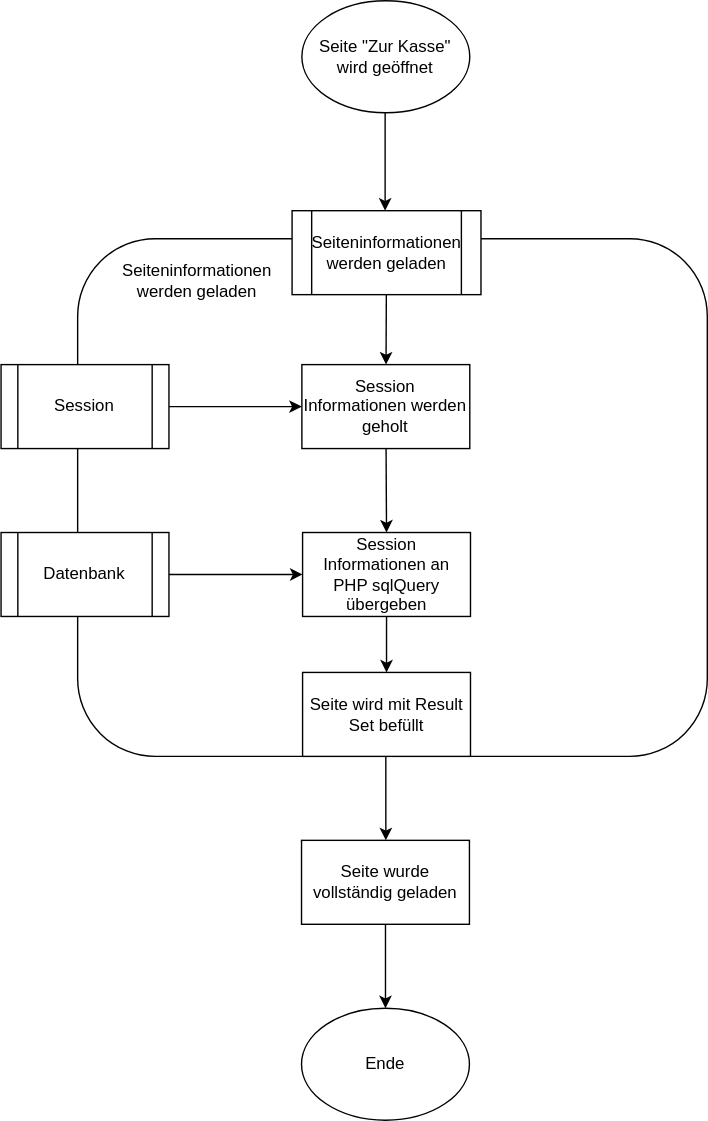
The draw.io diagram drawio/flussdiagramm_ZurKasse_Daten_beziehen.drawio.svg in Projektarbeiten/ProjectPlatypus, before a commit. Source tidied: cells renumbered, new cells last; positions are measured from the earlier drawing's top-left corner, leaving out a move shared by most shapes.
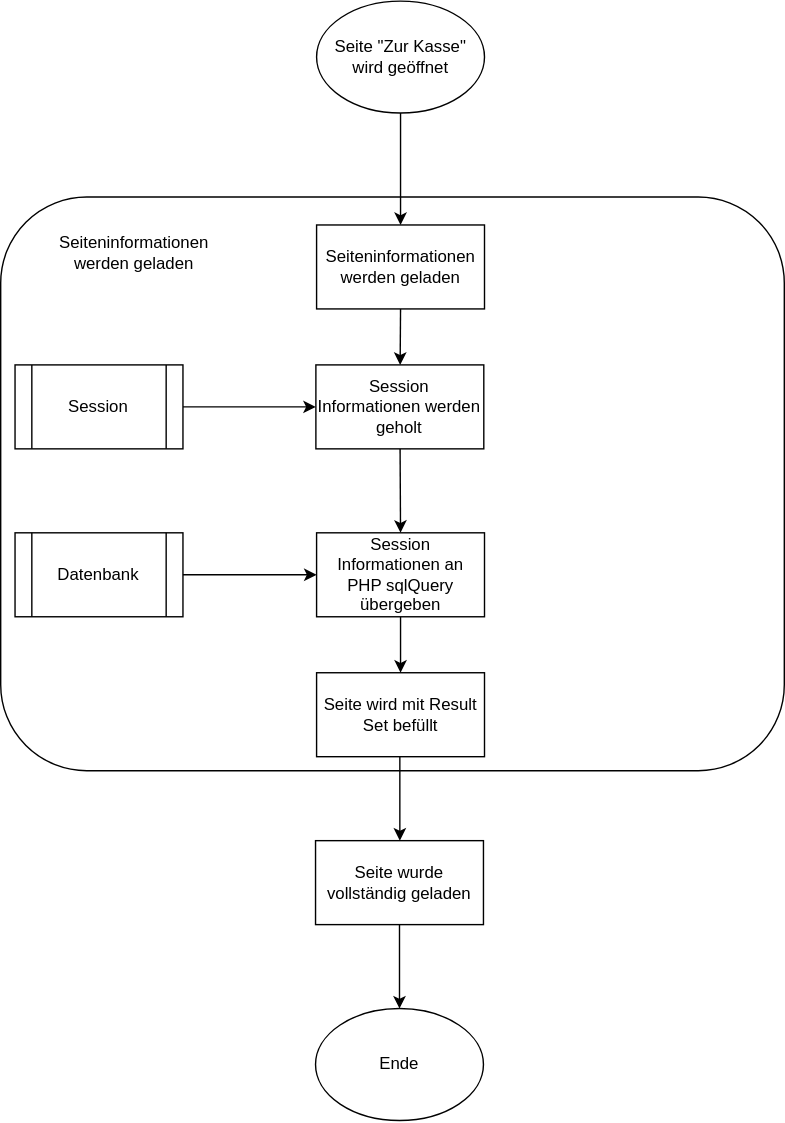
The same file after the commit.

Commit message:
fixed background and a changed Info to Activity

What changed in the source:
```diff
@@ -3,14 +3,8 @@
     <mxCell id="0" />
     <mxCell id="1" parent="0" />
     <mxCell id="2" value="Seite &quot;Zur Kasse&quot; wird geöffnet" style="ellipse;whiteSpace=wrap;html=1;" parent="1" vertex="1">
-      <mxGeometry x="215.2" width="120" height="80" as="geometry" />
+      <mxGeometry x="215.8" width="120" height="80" as="geometry" />
     </mxCell>
-    <mxCell id="3" style="edgeStyle=none;html=1;entryX=0.5;entryY=0;entryDx=0;entryDy=0;exitX=0.5;exitY=1;exitDx=0;exitDy=0;" parent="1" edge="1">
-      <mxGeometry relative="1" as="geometry">
-        <mxPoint x="274.8" y="80" as="sourcePoint" />
-        <mxPoint x="274.8" y="150" as="targetPoint" />
-      </mxGeometry>
-    </mxCell>
     <mxCell id="4" style="edgeStyle=none;html=1;exitX=0.5;exitY=1;exitDx=0;exitDy=0;" parent="1" edge="1" source="20" target="5">
       <mxGeometry relative="1" as="geometry" />
     </mxCell>
@@ -18,17 +12,14 @@
       <mxGeometry x="215" y="720" width="120" height="80" as="geometry" />
     </mxCell>
     <mxCell id="6" style="rounded=1;whiteSpace=wrap;html=1;" parent="1" vertex="1">
-      <mxGeometry x="55" y="170" width="450" height="370" as="geometry" />
+      <mxGeometry x="-10" y="140" width="560" height="410" as="geometry" />
     </mxCell>
     <mxCell id="7" value="&lt;span style=&quot;&quot;&gt;Seiteninformationen&lt;br&gt;werden geladen&lt;/span&gt;" style="text;html=1;align=center;verticalAlign=middle;strokeColor=none;fillColor=none;" parent="1" vertex="1">
-      <mxGeometry x="75.2" y="180" width="130" height="40" as="geometry" />
+      <mxGeometry x="20" y="160" width="130" height="40" as="geometry" />
     </mxCell>
-    <mxCell id="8" style="edgeStyle=none;html=1;" parent="1" edge="1" source="9" target="11">
+    <mxCell id="8" style="edgeStyle=none;html=1;exitX=0.5;exitY=1;exitDx=0;exitDy=0;" parent="1" edge="1" source="9" target="11">
       <mxGeometry relative="1" as="geometry" />
     </mxCell>
-    <mxCell id="9" value="&lt;span style=&quot;&quot;&gt;Seiteninformationen&lt;/span&gt;&lt;br style=&quot;&quot;&gt;&lt;span style=&quot;&quot;&gt;werden geladen&lt;/span&gt;" style="shape=process;whiteSpace=wrap;html=1;backgroundOutline=1;" parent="1" vertex="1">
-      <mxGeometry x="208.2" y="150" width="135" height="60" as="geometry" />
-    </mxCell>
     <mxCell id="10" style="edgeStyle=none;html=1;entryX=0.5;entryY=0;entryDx=0;entryDy=0;" parent="1" edge="1" source="11" target="13">
       <mxGeometry relative="1" as="geometry" />
     </mxCell>
@@ -65,5 +56,11 @@
     <mxCell id="20" value="Seite wurde vollständig geladen" style="rounded=0;whiteSpace=wrap;html=1;" parent="1" vertex="1">
       <mxGeometry x="215" y="600" width="120" height="60" as="geometry" />
     </mxCell>
+    <mxCell id="3" style="edgeStyle=none;html=1;exitX=0.5;exitY=1;exitDx=0;exitDy=0;entryX=0.5;entryY=0;entryDx=0;entryDy=0;" parent="1" edge="1" source="2" target="9">
+      <mxGeometry relative="1" as="geometry" />
+    </mxCell>
+    <mxCell id="9" value="Seiteninformationen&lt;br&gt;werden geladen" style="rounded=0;whiteSpace=wrap;html=1;" parent="1" vertex="1">
+      <mxGeometry x="215.8" y="160" width="120" height="60" as="geometry" />
+    </mxCell>
   </root>
 </mxGraphModel>
```
